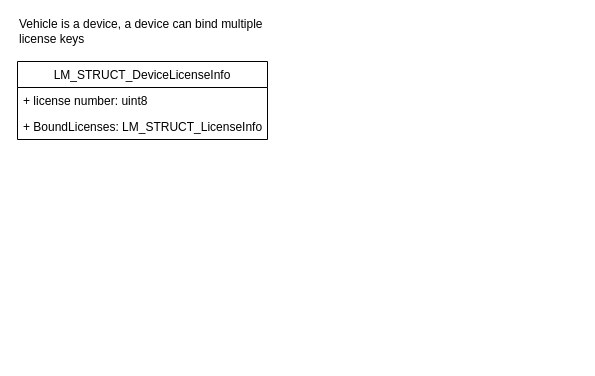
This is Untitled Diagram.drawio from ButcherOfBlaviken/Diagrams, a draw.io file, before an edit. Source tidied: cells renumbered, new cells numbered last; positions are measured from the earlier drawing's top-left corner, leaving out a move shared by most shapes. Both pictures are drawn from the tidied source at 100%, with x=0, y=0 at pixel (17, 21).
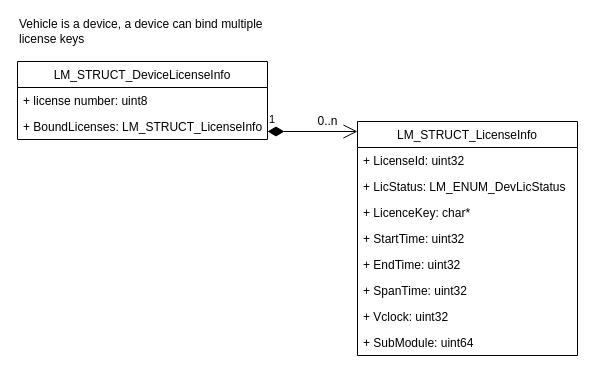
After the change.

What changed in the source:
```diff
@@
 <mxGraphModel>
   <root>
     <mxCell id="0" />
     <mxCell id="1" parent="0" />
     <mxCell id="2" value="LM_STRUCT_DeviceLicenseInfo" style="swimlane;fontStyle=0;horizontal=1;startSize=26;fillColor=none;hachureGap=4;" parent="1" vertex="1">
       <mxGeometry y="40" width="250" height="78" as="geometry" />
     </mxCell>
     <mxCell id="3" value="+ license number: uint8" style="text;strokeColor=none;fillColor=none;align=left;verticalAlign=top;spacingLeft=4;spacingRight=4;overflow=hidden;" parent="2" vertex="1">
       <mxGeometry y="26" width="250" height="26" as="geometry" />
     </mxCell>
     <mxCell id="4" value="+ BoundLicenses: LM_STRUCT_LicenseInfo" style="text;strokeColor=none;fillColor=none;align=left;verticalAlign=top;spacingLeft=4;spacingRight=4;overflow=hidden;" parent="2" vertex="1">
       <mxGeometry y="52" width="250" height="26" as="geometry" />
     </mxCell>
     <mxCell id="5" value="Vehicle is a device, a device can bind multiple license keys" style="text;html=1;strokeColor=none;fillColor=none;align=left;verticalAlign=middle;whiteSpace=wrap;rounded=1;hachureGap=4;" parent="1" vertex="1">
       <mxGeometry width="250" height="20" as="geometry" />
     </mxCell>
+    <mxCell id="6" value="1" style="endArrow=open;html=1;endSize=12;startArrow=diamondThin;startSize=14;startFill=1;edgeStyle=orthogonalEdgeStyle;align=left;verticalAlign=bottom;sourcePerimeterSpacing=8;targetPerimeterSpacing=8;" parent="1" edge="1">
+      <mxGeometry x="-1" y="3" relative="1" as="geometry">
+        <mxPoint x="250" y="110" as="sourcePoint" />
+        <mxPoint x="340" y="110" as="targetPoint" />
+      </mxGeometry>
+    </mxCell>
+    <mxCell id="7" value="LM_STRUCT_LicenseInfo" style="swimlane;fontStyle=0;horizontal=1;startSize=26;fillColor=none;hachureGap=4;rounded=0;glass=0;swimlaneLine=1;" parent="1" vertex="1">
+      <mxGeometry x="340" y="100" width="220" height="234" as="geometry" />
+    </mxCell>
+    <mxCell id="8" value="+ LicenseId: uint32" style="text;strokeColor=none;fillColor=none;align=left;verticalAlign=top;spacingLeft=4;spacingRight=4;overflow=hidden;" parent="7" vertex="1">
+      <mxGeometry y="26" width="220" height="26" as="geometry" />
+    </mxCell>
+    <mxCell id="9" value="+ LicStatus: LM_ENUM_DevLicStatus" style="text;strokeColor=none;fillColor=none;align=left;verticalAlign=top;spacingLeft=4;spacingRight=4;overflow=hidden;" parent="7" vertex="1">
+      <mxGeometry y="52" width="220" height="26" as="geometry" />
+    </mxCell>
+    <mxCell id="10" value="+ LicenceKey: char*" style="text;strokeColor=none;fillColor=none;align=left;verticalAlign=top;spacingLeft=4;spacingRight=4;overflow=hidden;" parent="7" vertex="1">
+      <mxGeometry y="78" width="220" height="26" as="geometry" />
+    </mxCell>
+    <mxCell id="11" value="+ StartTime: uint32" style="text;strokeColor=none;fillColor=none;align=left;verticalAlign=top;spacingLeft=4;spacingRight=4;overflow=hidden;hachureGap=4;rounded=0;glass=0;" parent="7" vertex="1">
+      <mxGeometry y="104" width="220" height="26" as="geometry" />
+    </mxCell>
+    <mxCell id="12" value="+ EndTime: uint32" style="text;strokeColor=none;fillColor=none;align=left;verticalAlign=top;spacingLeft=4;spacingRight=4;overflow=hidden;" parent="7" vertex="1">
+      <mxGeometry y="130" width="220" height="26" as="geometry" />
+    </mxCell>
+    <mxCell id="13" value="+ SpanTime: uint32" style="text;strokeColor=none;fillColor=none;align=left;verticalAlign=top;spacingLeft=4;spacingRight=4;overflow=hidden;" parent="7" vertex="1">
+      <mxGeometry y="156" width="220" height="26" as="geometry" />
+    </mxCell>
+    <mxCell id="14" value="+ Vclock: uint32" style="text;strokeColor=none;fillColor=none;align=left;verticalAlign=top;spacingLeft=4;spacingRight=4;overflow=hidden;" parent="7" vertex="1">
+      <mxGeometry y="182" width="220" height="26" as="geometry" />
+    </mxCell>
+    <mxCell id="15" value="+ SubModule: uint64" style="text;strokeColor=none;fillColor=none;align=left;verticalAlign=top;spacingLeft=4;spacingRight=4;overflow=hidden;" parent="7" vertex="1">
+      <mxGeometry y="208" width="220" height="26" as="geometry" />
+    </mxCell>
+    <mxCell id="16" value="0..n" style="text;html=1;align=center;verticalAlign=middle;strokeColor=none;fillColor=none;" parent="1" vertex="1">
+      <mxGeometry x="290" y="90" width="40" height="20" as="geometry" />
+    </mxCell>
   </root>
 </mxGraphModel>
```
